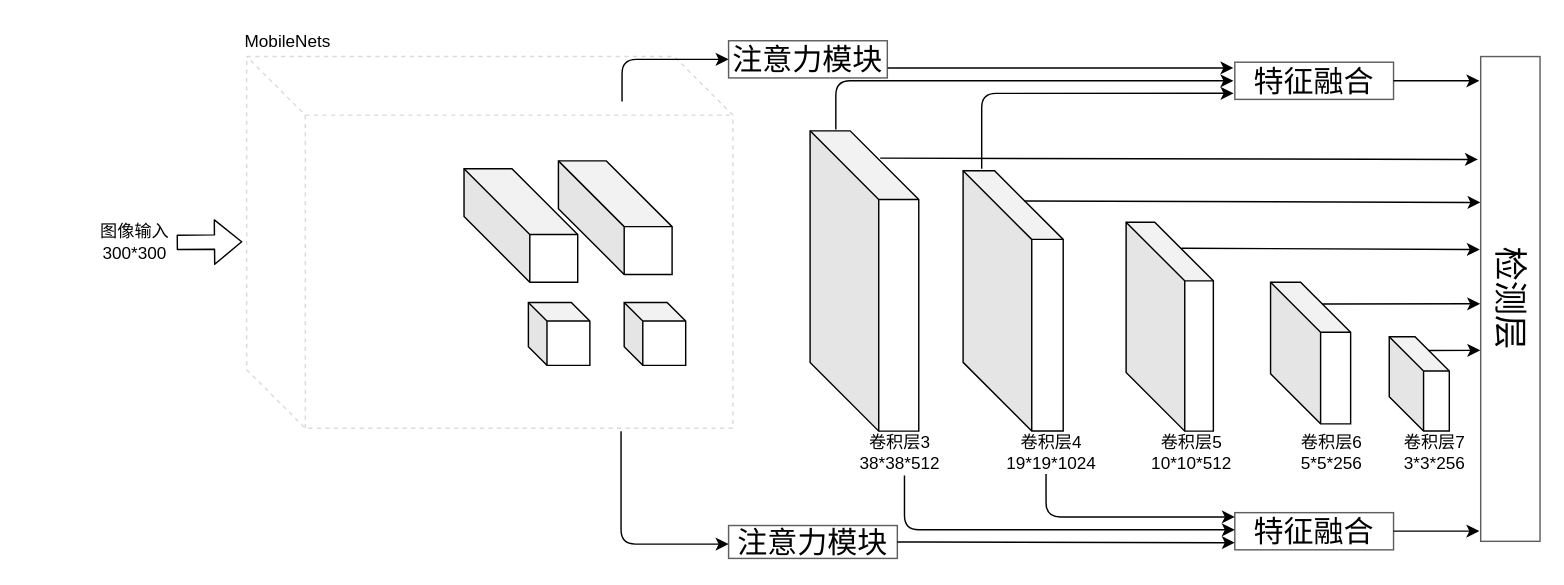
This is Report/MSSD.drawio from murongsina/RRT, a draw.io file, before an edit. Source tidied: cells renumbered, new cells numbered last; positions are measured from the earlier drawing's top-left corner, leaving out a move shared by most shapes. Both pictures are drawn from the tidied source at 143%, with x=0, y=0 at pixel (92, 27).
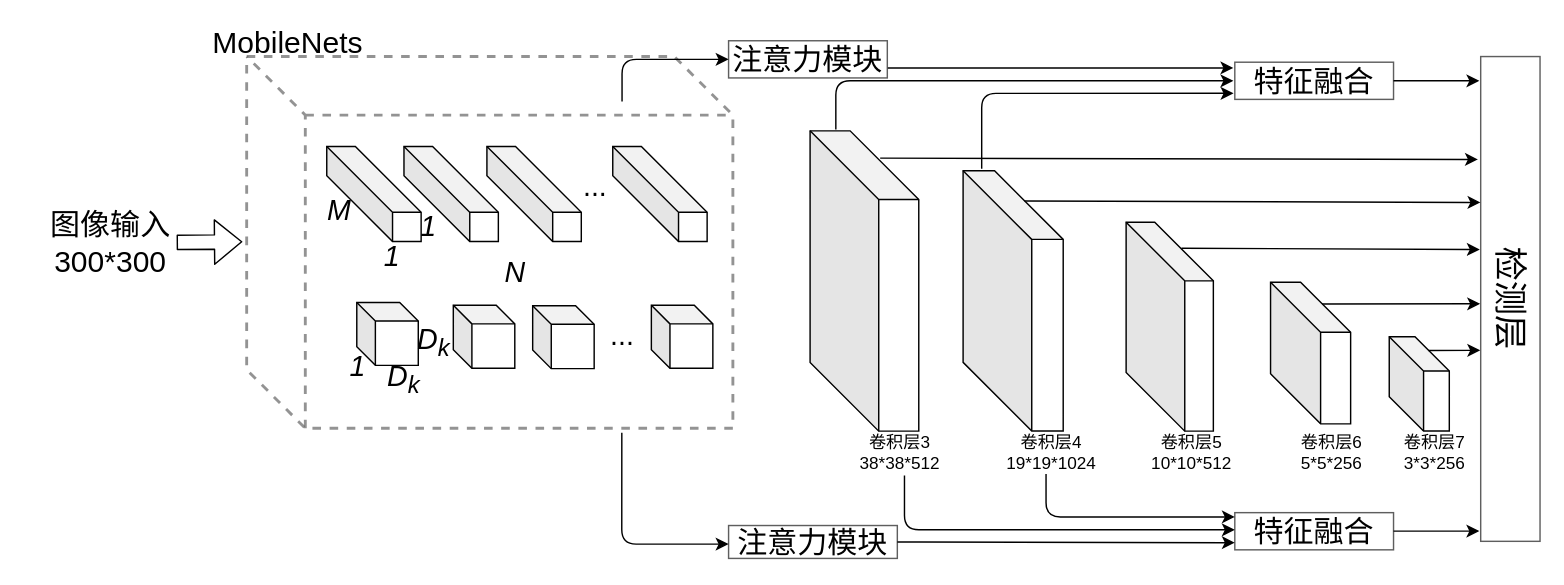
The same diagram, later.

Change to the diagram source:
```diff
@@
-    <mxCell id="2" style="shape=cube;whiteSpace=wrap;html=1;boundedLbl=1;backgroundOutline=1;darkOpacity=0.00;darkOpacity2=0.0;dashed=1;shadow=0;sketch=0;opacity=70;size=41;strokeWidth=1;fillColor=none;strokeColor=#CCCCCC;" parent="1" vertex="1">
+    <mxCell id="2" style="shape=cube;whiteSpace=wrap;html=1;boundedLbl=1;backgroundOutline=1;darkOpacity=0.00;darkOpacity2=0.0;dashed=1;shadow=0;sketch=0;opacity=70;size=41;strokeWidth=2;fillColor=none;perimeterSpacing=1;strokeColor=#666666;" parent="1" vertex="1">
       <mxGeometry x="108" y="20" width="340" height="260" as="geometry" />
     </mxCell>
@@
     <mxCell id="4" style="shape=cube;whiteSpace=wrap;html=1;boundedLbl=1;backgroundOutline=1;darkOpacity=0.05;darkOpacity2=0.1;rotation=0;size=46;" parent="1" vertex="1">
-      <mxGeometry x="260" y="98.5" width="79.5" height="79.4" as="geometry" />
+      <mxGeometry x="364" y="82.9" width="66" height="66.5" as="geometry" />
     </mxCell>
     <mxCell id="5" style="shape=cube;whiteSpace=wrap;html=1;boundedLbl=1;backgroundOutline=1;darkOpacity=0.05;darkOpacity2=0.1;rotation=0;size=13;" parent="1" vertex="1">
-      <mxGeometry x="305" y="192" width="43" height="44" as="geometry" />
+      <mxGeometry x="252.5" y="194" width="43" height="44" as="geometry" />
     </mxCell>
@@
-    <mxCell id="31" style="shape=cube;whiteSpace=wrap;html=1;boundedLbl=1;backgroundOutline=1;darkOpacity=0.05;darkOpacity2=0.1;rotation=0;size=46;" parent="1" vertex="1">
-      <mxGeometry x="326" y="93" width="79.5" height="79.4" as="geometry" />
-    </mxCell>
     <mxCell id="32" style="shape=cube;whiteSpace=wrap;html=1;boundedLbl=1;backgroundOutline=1;darkOpacity=0.05;darkOpacity2=0.1;rotation=0;size=13;" parent="1" vertex="1">
-      <mxGeometry x="372" y="192" width="43" height="44" as="geometry" />
+      <mxGeometry x="185" y="192" width="43" height="44" as="geometry" />
     </mxCell>
-    <mxCell id="33" value="图像输入&lt;br&gt;300*300" style="text;html=1;strokeColor=none;fillColor=none;align=center;verticalAlign=middle;whiteSpace=wrap;rounded=0;shadow=0;sketch=0;opacity=70;" parent="1" vertex="1">
-      <mxGeometry y="140" width="60" height="20" as="geometry" />
+    <mxCell id="33" value="&lt;font style=&quot;font-size: 21px&quot;&gt;图像输入&lt;br&gt;300*300&lt;/font&gt;" style="text;html=1;strokeColor=none;fillColor=none;align=center;verticalAlign=middle;whiteSpace=wrap;rounded=0;shadow=0;sketch=0;opacity=70;" parent="1" vertex="1">
+      <mxGeometry x="-47" y="140" width="120" height="20" as="geometry" />
     </mxCell>
-    <mxCell id="34" value="MobileNets" style="text;html=1;strokeColor=none;fillColor=none;align=center;verticalAlign=middle;whiteSpace=wrap;rounded=0;shadow=0;sketch=0;opacity=70;" parent="1" vertex="1">
+    <mxCell id="34" value="&lt;font style=&quot;font-size: 21px&quot;&gt;MobileNets&lt;/font&gt;" style="text;html=1;strokeColor=none;fillColor=none;align=center;verticalAlign=middle;whiteSpace=wrap;rounded=0;shadow=0;sketch=0;opacity=70;" parent="1" vertex="1">
       <mxGeometry x="117" width="40" height="20" as="geometry" />
     </mxCell>
@@
+    <mxCell id="40" value="1" style="text;html=1;strokeColor=none;fillColor=none;align=center;verticalAlign=middle;whiteSpace=wrap;rounded=0;dashed=1;fontSize=20;fontStyle=2;" parent="1" vertex="1">
+      <mxGeometry x="222" y="129" width="27" height="17.4" as="geometry" />
+    </mxCell>
+    <mxCell id="41" value="&lt;i&gt;D&lt;sub&gt;k&lt;/sub&gt;&lt;/i&gt;" style="text;html=1;strokeColor=none;fillColor=none;align=center;verticalAlign=middle;whiteSpace=wrap;rounded=0;dashed=1;fontSize=20;" parent="1" vertex="1">
+      <mxGeometry x="219" y="210.2" width="40" height="20" as="geometry" />
+    </mxCell>
+    <mxCell id="42" value="1" style="text;html=1;strokeColor=none;fillColor=none;align=center;verticalAlign=middle;whiteSpace=wrap;rounded=0;dashed=1;fontSize=20;fontStyle=2;" parent="1" vertex="1">
+      <mxGeometry x="166" y="226" width="40" height="20" as="geometry" />
+    </mxCell>
+    <mxCell id="43" value="&lt;i&gt;D&lt;sub&gt;k&lt;/sub&gt;&lt;/i&gt;" style="text;html=1;strokeColor=none;fillColor=none;align=center;verticalAlign=middle;whiteSpace=wrap;rounded=0;dashed=1;fontSize=20;" parent="1" vertex="1">
+      <mxGeometry x="198" y="236" width="40" height="20" as="geometry" />
+    </mxCell>
+    <mxCell id="44" style="shape=cube;whiteSpace=wrap;html=1;boundedLbl=1;backgroundOutline=1;darkOpacity=0.05;darkOpacity2=0.1;rotation=0;size=46;" parent="1" vertex="1">
+      <mxGeometry x="164" y="82.9" width="66" height="66.5" as="geometry" />
+    </mxCell>
+    <mxCell id="45" value="&lt;i&gt;1&lt;/i&gt;" style="text;html=1;strokeColor=none;fillColor=none;align=center;verticalAlign=middle;whiteSpace=wrap;rounded=0;dashed=1;fontSize=20;" parent="1" vertex="1">
+      <mxGeometry x="190" y="149.4" width="40" height="20" as="geometry" />
+    </mxCell>
+    <mxCell id="46" value="..." style="text;html=1;strokeColor=none;fillColor=none;align=center;verticalAlign=middle;whiteSpace=wrap;rounded=0;dashed=1;fontSize=20;" parent="1" vertex="1">
+      <mxGeometry x="332" y="99.9" width="40" height="20" as="geometry" />
+    </mxCell>
+    <mxCell id="47" value="..." style="text;html=1;strokeColor=none;fillColor=none;align=center;verticalAlign=middle;whiteSpace=wrap;rounded=0;dashed=1;fontSize=20;" parent="1" vertex="1">
+      <mxGeometry x="351" y="204" width="40" height="20" as="geometry" />
+    </mxCell>
+    <mxCell id="48" value="&lt;i&gt;M&lt;/i&gt;" style="text;html=1;strokeColor=none;fillColor=none;align=center;verticalAlign=middle;whiteSpace=wrap;rounded=0;dashed=1;fontSize=20;" parent="1" vertex="1">
+      <mxGeometry x="153" y="117.4" width="40" height="20" as="geometry" />
+    </mxCell>
+    <mxCell id="49" style="shape=cube;whiteSpace=wrap;html=1;boundedLbl=1;backgroundOutline=1;darkOpacity=0.05;darkOpacity2=0.1;rotation=0;size=46;" parent="1" vertex="1">
+      <mxGeometry x="218" y="82.9" width="66" height="66.5" as="geometry" />
+    </mxCell>
+    <mxCell id="50" style="shape=cube;whiteSpace=wrap;html=1;boundedLbl=1;backgroundOutline=1;darkOpacity=0.05;darkOpacity2=0.1;rotation=0;size=46;" parent="1" vertex="1">
+      <mxGeometry x="276" y="82.9" width="66" height="66.5" as="geometry" />
+    </mxCell>
+    <mxCell id="51" style="shape=cube;whiteSpace=wrap;html=1;boundedLbl=1;backgroundOutline=1;darkOpacity=0.05;darkOpacity2=0.1;rotation=0;size=13;" parent="1" vertex="1">
+      <mxGeometry x="308" y="194.3" width="43" height="44" as="geometry" />
+    </mxCell>
+    <mxCell id="52" style="shape=cube;whiteSpace=wrap;html=1;boundedLbl=1;backgroundOutline=1;darkOpacity=0.05;darkOpacity2=0.1;rotation=0;size=13;" parent="1" vertex="1">
+      <mxGeometry x="391" y="194" width="43" height="44" as="geometry" />
+    </mxCell>
+    <mxCell id="53" value="&lt;i&gt;N&lt;/i&gt;" style="text;html=1;strokeColor=none;fillColor=none;align=center;verticalAlign=middle;whiteSpace=wrap;rounded=0;dashed=1;fontSize=20;" parent="1" vertex="1">
+      <mxGeometry x="276" y="160" width="40" height="20" as="geometry" />
+    </mxCell>
```
